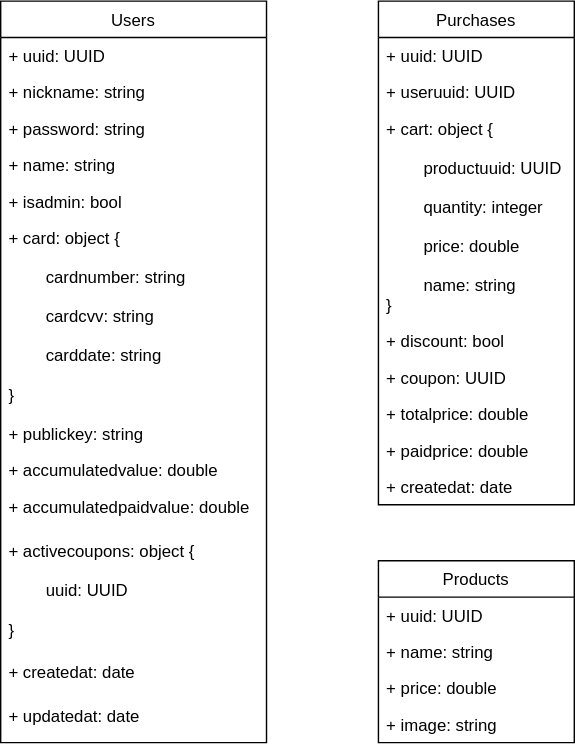
This is docs/mongodb.svg from fernandorego/feup-cpm-supermarket, a draw.io export, as it was before one commit. Source tidied: cells renumbered, new cells last; positions are measured from the earlier drawing's top-left corner, leaving out a move shared by most shapes.
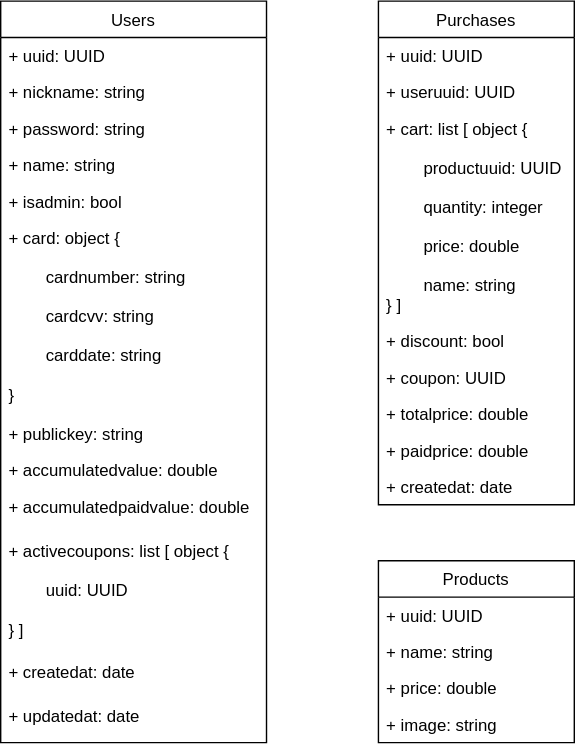
After the commit.

Commit message:
Fix mongo collection images

What changed in the source:
```diff
@@ -32,7 +32,7 @@
     <mxCell id="11" value="+ accumulatedpaidvalue: double" style="text;strokeColor=none;fillColor=none;align=left;verticalAlign=top;spacingLeft=4;spacingRight=4;overflow=hidden;" parent="2" vertex="1">
       <mxGeometry y="348" width="190" height="32" as="geometry" />
     </mxCell>
-    <mxCell id="12" value="+ activecoupons: object {&#10;&#10;        uuid: UUID&#10;&#10;}" style="text;strokeColor=none;fillColor=none;align=left;verticalAlign=top;spacingLeft=4;spacingRight=4;overflow=hidden;" parent="2" vertex="1">
+    <mxCell id="12" value="+ activecoupons: list [ object {&#10;&#10;        uuid: UUID&#10;&#10;} ]" style="text;strokeColor=none;fillColor=none;align=left;verticalAlign=top;spacingLeft=4;spacingRight=4;overflow=hidden;" parent="2" vertex="1">
       <mxGeometry y="380" width="190" height="86" as="geometry" />
     </mxCell>
     <mxCell id="13" value="+ createdat: date" style="text;strokeColor=none;fillColor=none;align=left;verticalAlign=top;spacingLeft=4;spacingRight=4;overflow=hidden;" parent="2" vertex="1">
@@ -65,7 +65,7 @@
     <mxCell id="22" value="+ useruuid: UUID" style="text;strokeColor=none;fillColor=none;align=left;verticalAlign=top;spacingLeft=4;spacingRight=4;overflow=hidden;" parent="20" vertex="1">
       <mxGeometry y="52" width="140" height="26" as="geometry" />
     </mxCell>
-    <mxCell id="23" value="+ cart: object {&#10;&#10;        productuuid: UUID&#10;&#10;        quantity: integer&#10;&#10;        price: double&#10;&#10;        name: string&#10;}&#10;" style="text;strokeColor=none;fillColor=none;align=left;verticalAlign=top;spacingLeft=4;spacingRight=4;overflow=hidden;" parent="20" vertex="1">
+    <mxCell id="23" value="+ cart: list [ object {&#10;&#10;        productuuid: UUID&#10;&#10;        quantity: integer&#10;&#10;        price: double&#10;&#10;        name: string&#10;} ]&#10;" style="text;strokeColor=none;fillColor=none;align=left;verticalAlign=top;spacingLeft=4;spacingRight=4;overflow=hidden;" parent="20" vertex="1">
       <mxGeometry y="78" width="140" height="152" as="geometry" />
     </mxCell>
     <mxCell id="24" value="+ discount: bool" style="text;strokeColor=none;fillColor=none;align=left;verticalAlign=top;spacingLeft=4;spacingRight=4;overflow=hidden;" parent="20" vertex="1">
```
